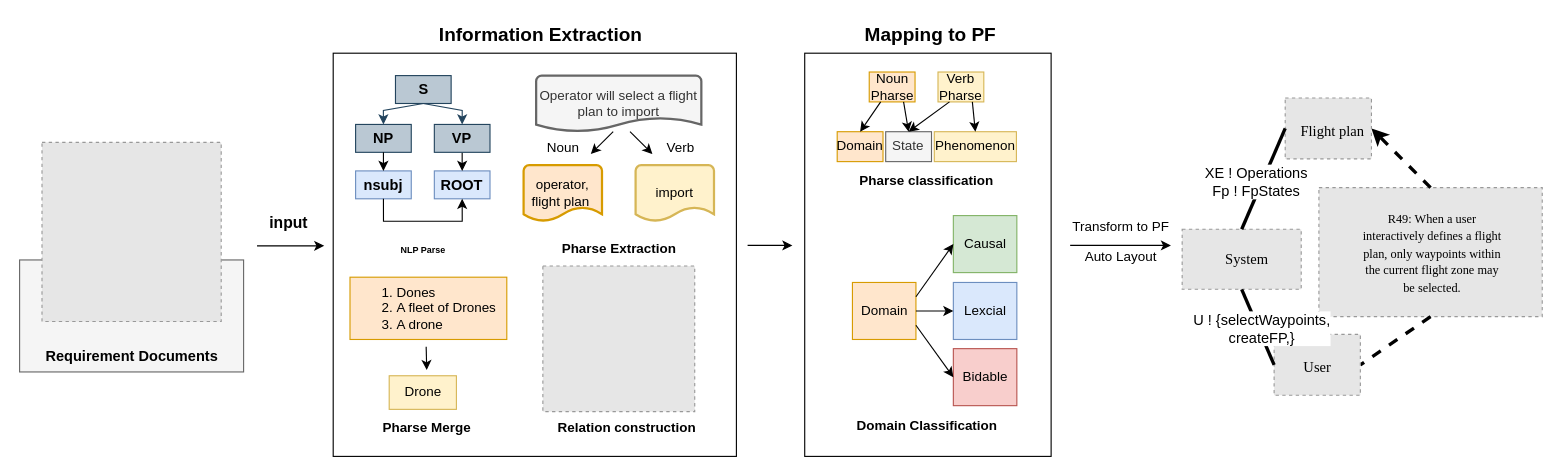
Before: 技术路线.drawio in chenxuansoeasy/pfvue, a draw.io diagram. Source tidied: cells renumbered, new cells numbered last; positions are measured from the earlier drawing's top-left corner, leaving out a move shared by most shapes. Both pictures are drawn from the tidied source at 112%, with x=0, y=0 at pixel (19, 19). Pictures stored in the file or linked from it are replaced by grey dashed boxes.
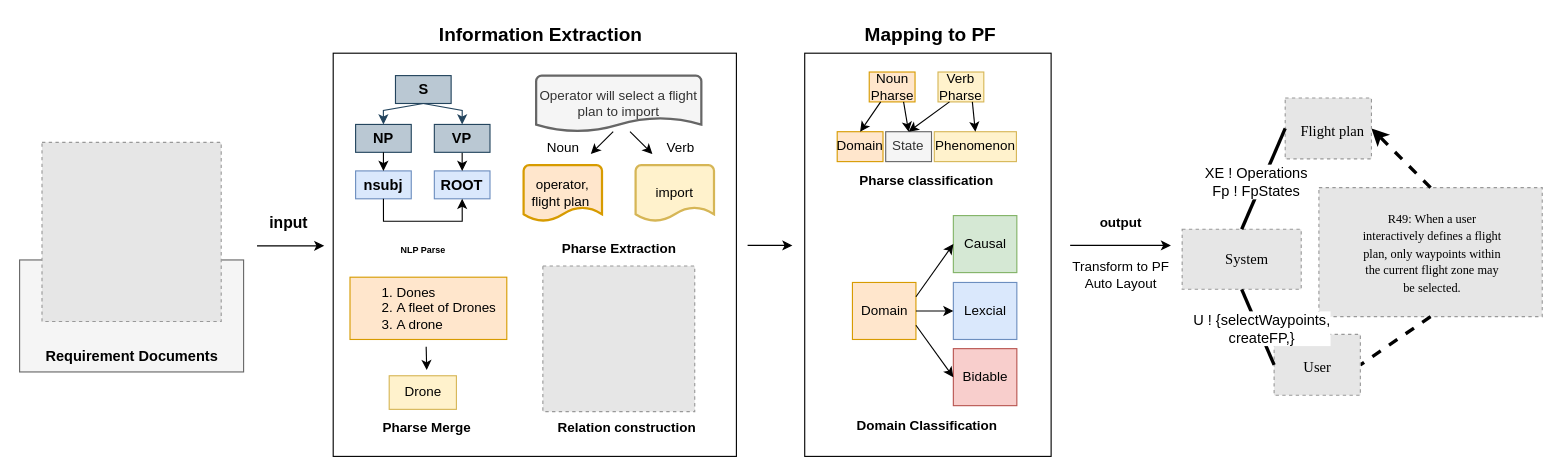
After the change.

Commit message:
更新技术路线.drawio

What changed in the source:
```diff
@@
-    <mxCell id="76" value="Transform to PF" style="text;html=1;align=center;verticalAlign=middle;strokeColor=none;fillColor=none;" parent="1" vertex="1">
-      <mxGeometry x="928" y="170" width="110" height="30" as="geometry" />
-    </mxCell>
-    <mxCell id="77" value="Auto Layout" style="text;html=1;align=center;verticalAlign=middle;strokeColor=none;fillColor=none;" parent="1" vertex="1">
-      <mxGeometry x="938" y="197.1" width="90" height="30" as="geometry" />
+    <mxCell id="77" value="Transform to PF&lt;br&gt;Auto Layout" style="text;html=1;align=center;verticalAlign=middle;strokeColor=none;fillColor=none;" parent="1" vertex="1">
+      <mxGeometry x="928" y="208" width="110" height="40" as="geometry" />
     </mxCell>
@@
+    <mxCell id="82" value="&lt;b&gt;output&lt;/b&gt;" style="text;html=1;align=center;verticalAlign=middle;strokeColor=none;fillColor=none;" parent="1" vertex="1">
+      <mxGeometry x="953" y="167" width="60" height="30" as="geometry" />
+    </mxCell>
```
